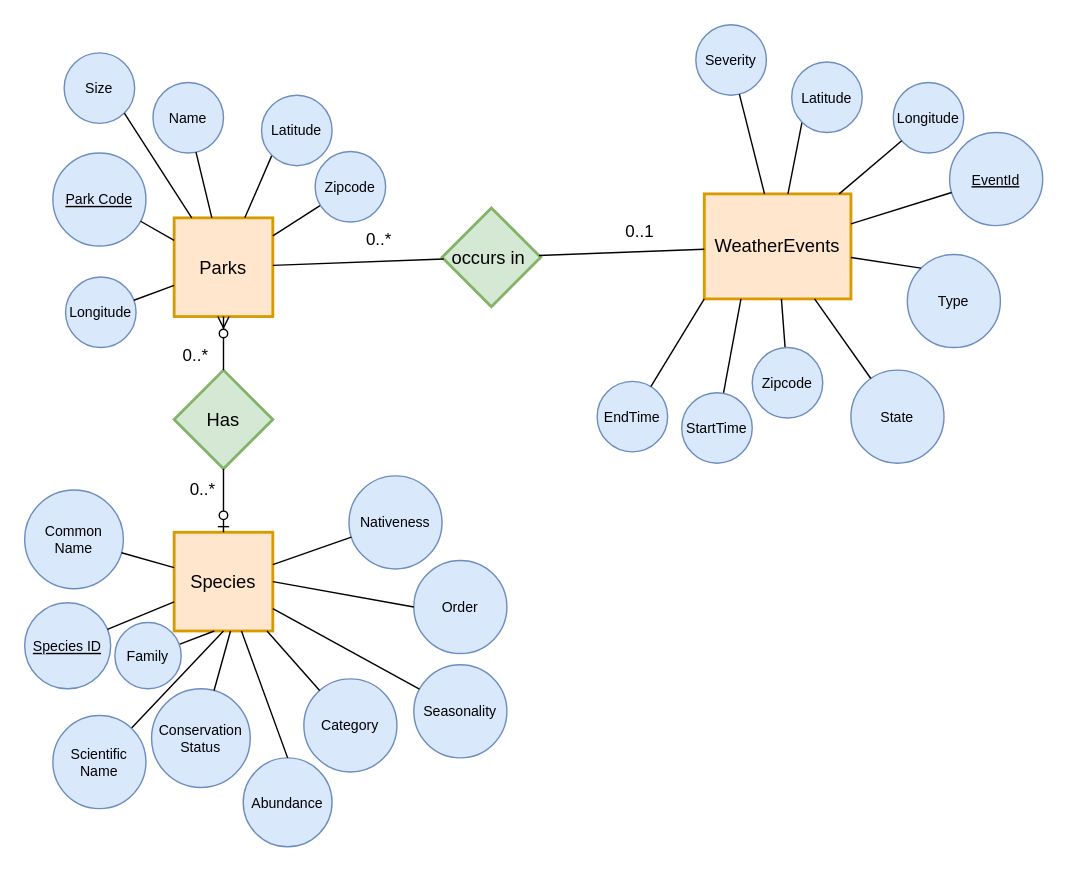
Earlier version of the draw.io diagram parksnrec.drawio (Dustin-Fang/parks-and-penncreation). Source tidied: cells renumbered, new cells numbered last; positions are measured from the earlier drawing's top-left corner, leaving out a move shared by most shapes. Both pictures are drawn from the tidied source at 141%, with x=0, y=0 at pixel (24, 24).
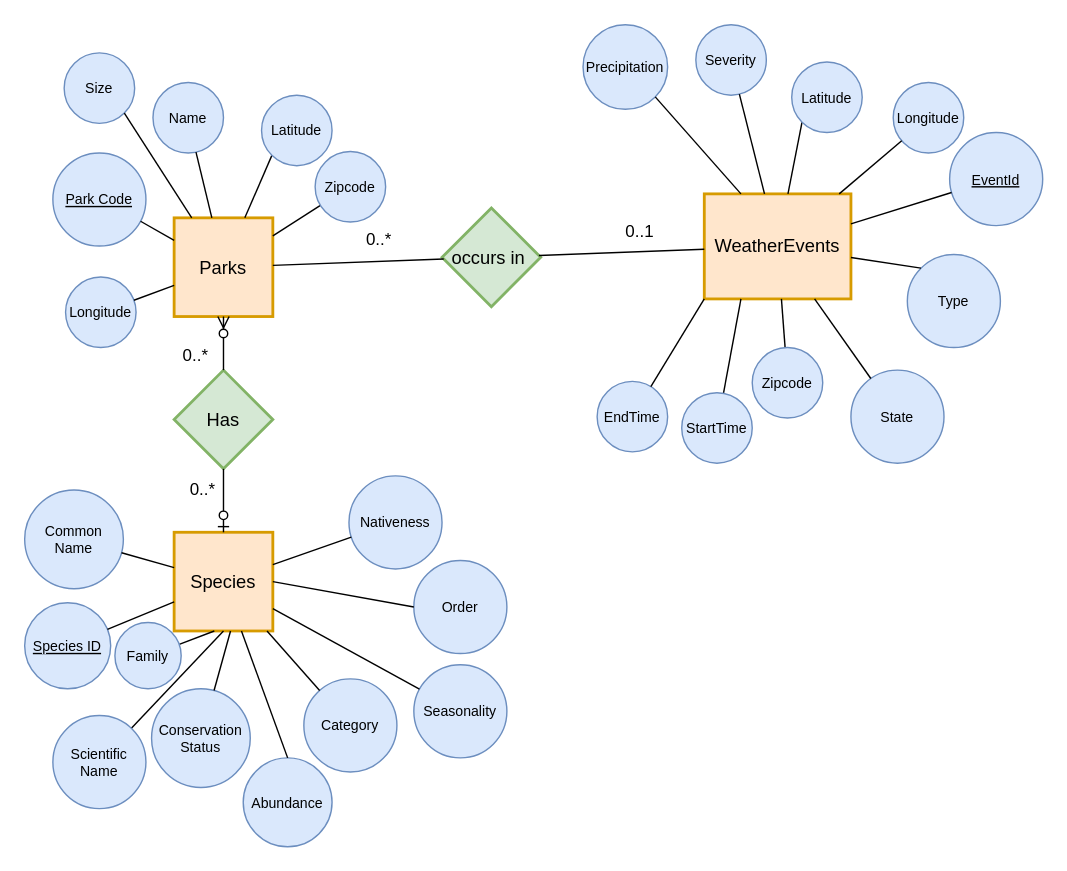
The same diagram, later.

Commit message (it also covers changes not shown here):
DDL tables

The change refers to these unchanged cells:
```xml
<mxCell id="25" value="WeatherEvents" style="strokeWidth=2;whiteSpace=wrap;html=1;align=center;fontSize=13;fontFamily=Helvetica;fontColor=#000000;strokeColor=#d79b00;fillColor=#ffe6cc;" parent="1" vertex="1">
  <mxGeometry x="482" y="120" width="104" height="74.5" as="geometry" />
</mxCell>
```

Change to the diagram source:
```diff
@@
+    <mxCell id="65" value="Precipitation" style="ellipse;whiteSpace=wrap;html=1;fontSize=10;fillColor=#dae8fc;strokeColor=#6c8ebf;" parent="1" vertex="1">
+      <mxGeometry x="396" width="60" height="60" as="geometry" />
+    </mxCell>
+    <mxCell id="66" style="endArrow=none;html=1;rounded=0;entryX=0.25;entryY=0;entryDx=0;entryDy=0;exitX=1;exitY=1;exitDx=0;exitDy=0;" parent="1" edge="1" source="65" target="25">
+      <mxGeometry relative="1" as="geometry" />
+    </mxCell>
```
